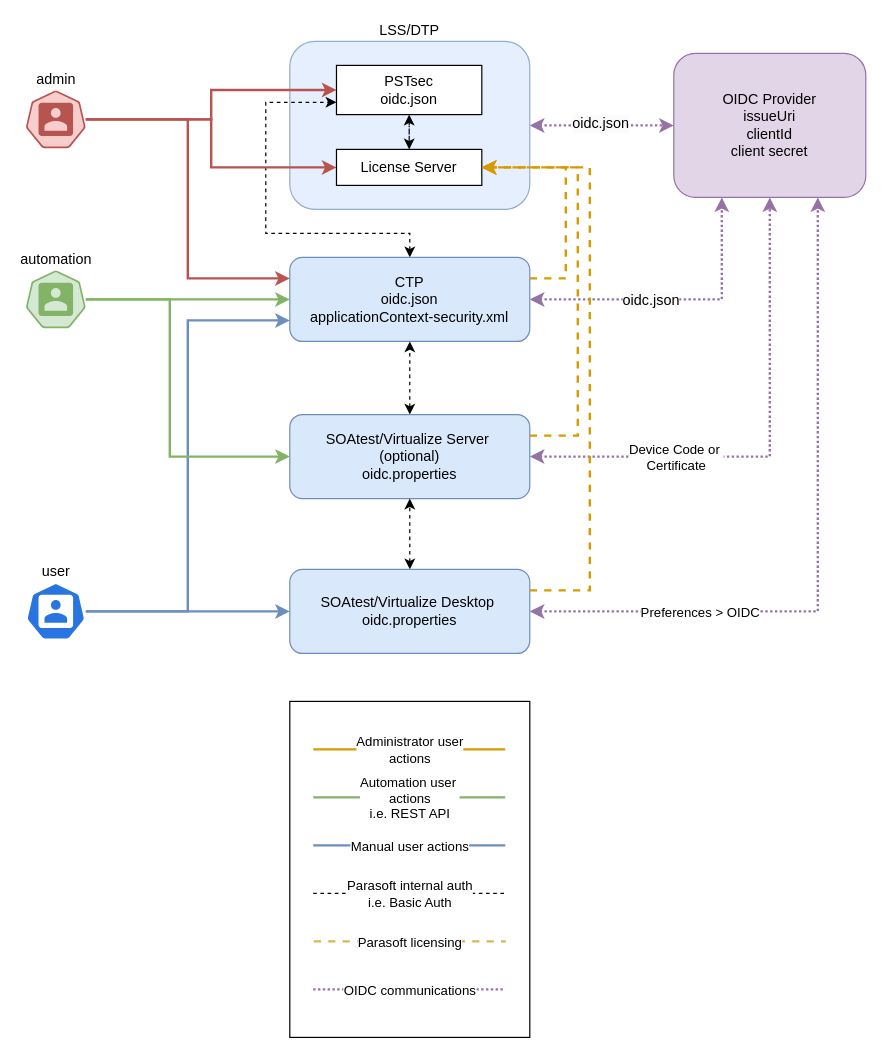
Before: oidc.drawio in gtrofimov/draw-io-projects, a draw.io diagram. Source tidied: cells renumbered, new cells numbered last; positions are measured from the earlier drawing's top-left corner, leaving out a move shared by most shapes. Both pictures are drawn from the tidied source at 120%, with x=0, y=0 at pixel (25, 41).
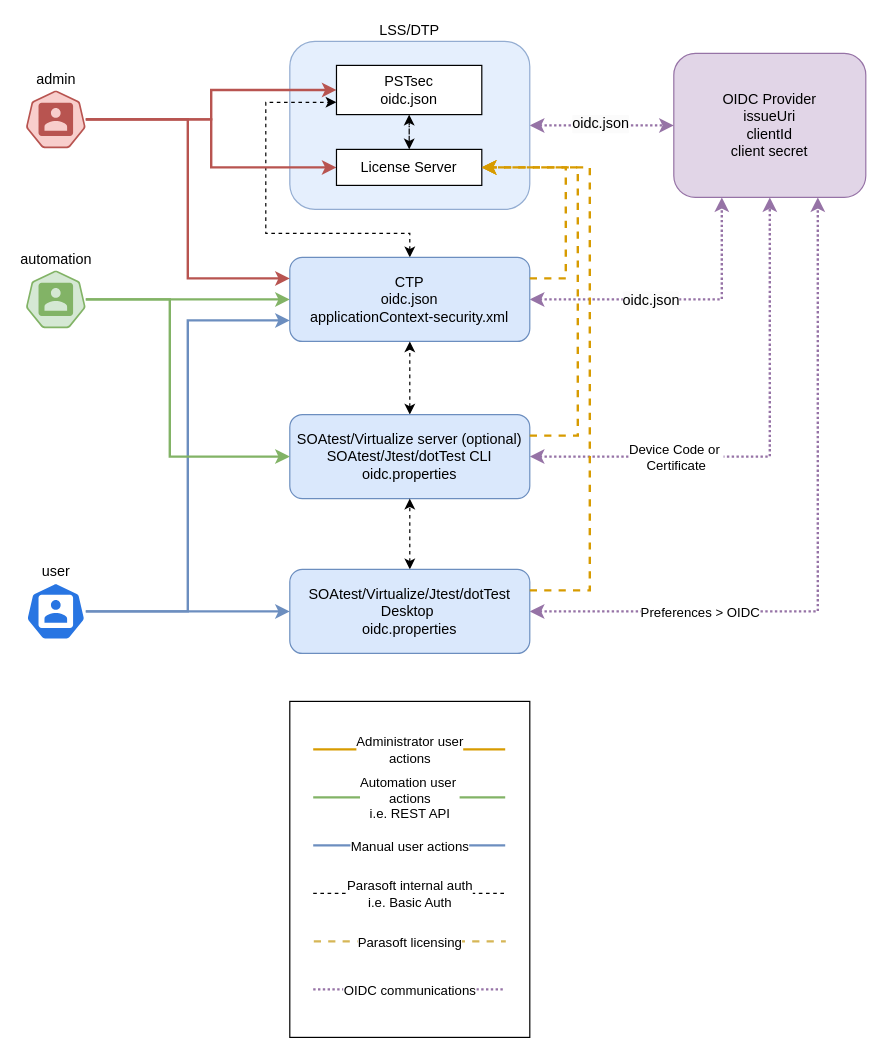
The same page after the edit.

The edit, as a diff of the source:
```diff
@@
-    <mxCell id="10" value="SOAtest/Virtualize Server&amp;nbsp;&lt;div&gt;(optional)&lt;div&gt;oidc.properties&lt;/div&gt;&lt;/div&gt;" style="rounded=1;whiteSpace=wrap;html=1;fillColor=#dae8fc;strokeColor=#6c8ebf;" parent="1" vertex="1">
+    <mxCell id="10" value="SOAtest/Virtualize server (optional)&lt;div&gt;SOAtest/Jtest/dotTest CLI&lt;br&gt;&lt;div&gt;&lt;div&gt;oidc.properties&lt;/div&gt;&lt;/div&gt;&lt;/div&gt;" style="rounded=1;whiteSpace=wrap;html=1;fillColor=#dae8fc;strokeColor=#6c8ebf;" parent="1" vertex="1">
       <mxGeometry x="220" y="311" width="200" height="70" as="geometry" />
     </mxCell>
@@
-    <mxCell id="31" value="SOAtest/Virtualize Desktop&amp;nbsp;&lt;div&gt;&lt;div&gt;oidc.properties&lt;/div&gt;&lt;/div&gt;" style="rounded=1;whiteSpace=wrap;html=1;fillColor=#dae8fc;strokeColor=#6c8ebf;" parent="1" vertex="1">
+    <mxCell id="31" value="SOAtest/Virtualize/Jtest/dotTest Desktop&amp;nbsp;&lt;div&gt;&lt;div&gt;oidc.properties&lt;/div&gt;&lt;/div&gt;" style="rounded=1;whiteSpace=wrap;html=1;fillColor=#dae8fc;strokeColor=#6c8ebf;" parent="1" vertex="1">
       <mxGeometry x="220" y="440" width="200" height="70" as="geometry" />
     </mxCell>
```
